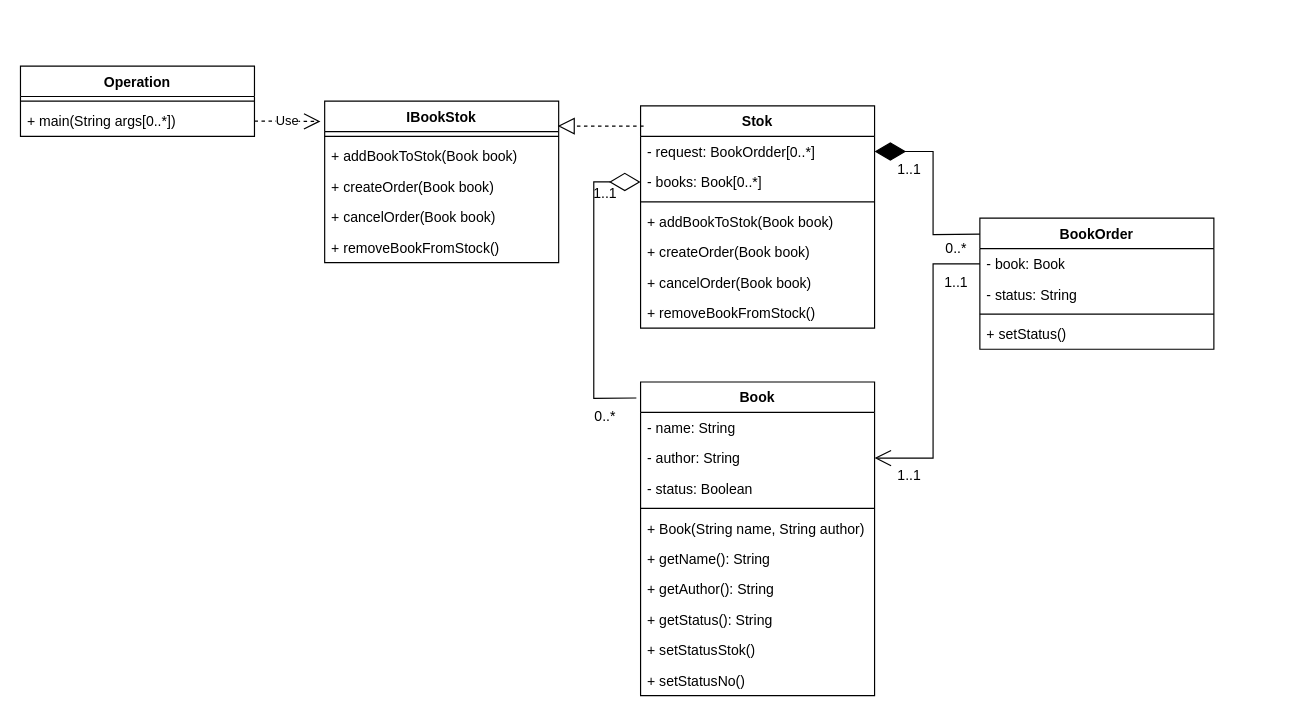
The draw.io diagram task-3/4/BookShop.drawio in GirlWithLimon/Senla, before the edit. Source tidied: cells renumbered, new cells numbered last; positions are measured from the earlier drawing's top-left corner, leaving out a move shared by most shapes. Both pictures are drawn from the tidied source at 117%, with x=0, y=0 at pixel (20, 66).
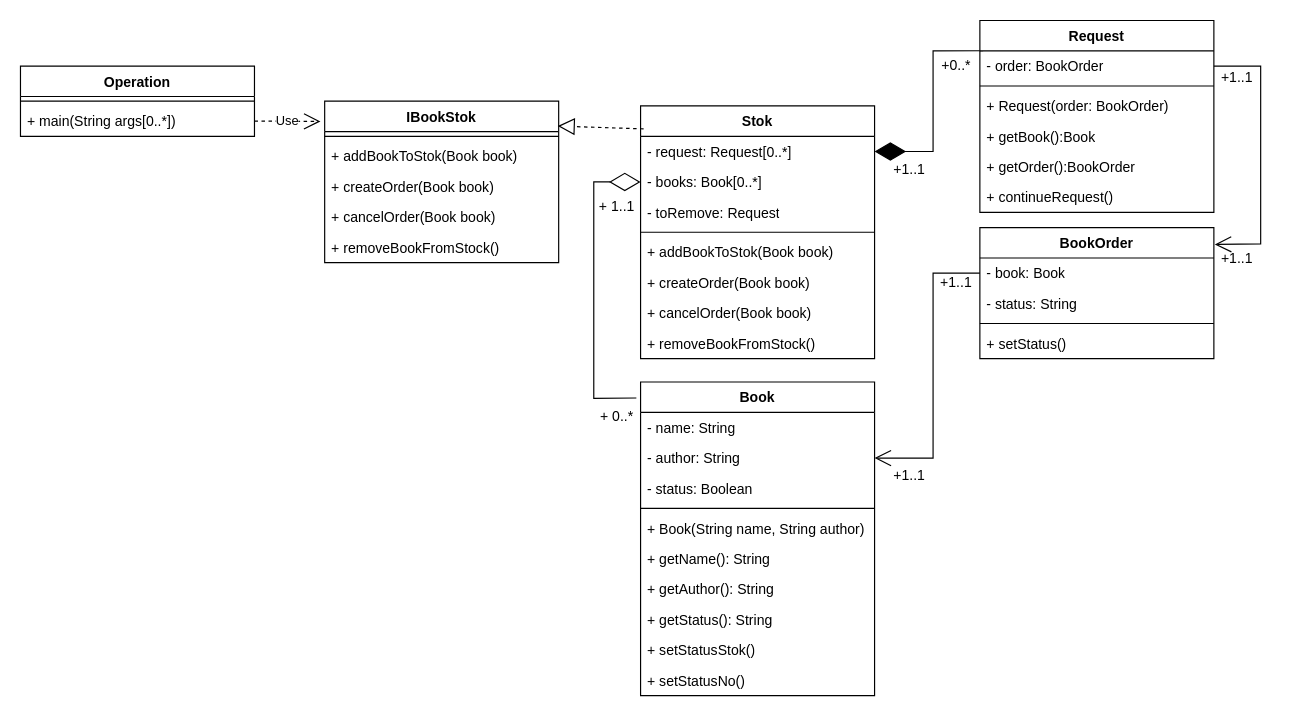
The same diagram, later.

The change refers to these unchanged cells:
```xml
<mxCell id="4" value="- author: String" style="text;strokeColor=none;fillColor=none;align=left;verticalAlign=top;spacingLeft=4;spacingRight=4;overflow=hidden;points=[[0,0.5],[1,0.5]];portConstraint=eastwest;whiteSpace=wrap;html=1;" parent="2" vertex="1">
  <mxGeometry y="52" width="200" height="26" as="geometry" />
</mxCell>
<mxCell id="14" value="- book: Book" style="text;strokeColor=none;fillColor=none;align=left;verticalAlign=top;spacingLeft=4;spacingRight=4;overflow=hidden;points=[[0,0.5],[1,0.5]];portConstraint=eastwest;whiteSpace=wrap;html=1;" parent="13" vertex="1">
  <mxGeometry y="26" width="200" height="26" as="geometry" />
</mxCell>
```

Change to the diagram source:
```diff
@@
     <mxCell id="13" value="BookOrder" style="swimlane;fontStyle=1;align=center;verticalAlign=top;horizontal=1;startSize=26;whiteSpace=wrap;html=1;" parent="1" vertex="1">
-      <mxGeometry x="820" y="130" width="200" height="112" as="geometry" />
+      <mxGeometry x="820" y="138" width="200" height="112" as="geometry" />
     </mxCell>
@@
     <mxCell id="18" style="endArrow=open;endFill=1;endSize=12;html=1;rounded=0;entryX=1;entryY=0.5;entryDx=0;entryDy=0;exitX=0;exitY=0.5;exitDx=0;exitDy=0;" parent="1" edge="1" source="14" target="4">
       <mxGeometry relative="1" as="geometry">
         <Array as="points">
-          <mxPoint x="780" y="169" />
+          <mxPoint x="780" y="177" />
           <mxPoint x="780" y="335" />
         </Array>
       </mxGeometry>
     </mxCell>
     <mxCell id="19" value="Stok" style="swimlane;fontStyle=1;align=center;verticalAlign=top;horizontal=1;startSize=26;whiteSpace=wrap;html=1;" parent="1" vertex="1">
-      <mxGeometry x="530" y="34" width="200" height="190" as="geometry" />
+      <mxGeometry x="530" y="34" width="200" height="216" as="geometry" />
     </mxCell>
-    <mxCell id="20" value="- request: BookOrdder[0..*]" style="text;strokeColor=none;fillColor=none;align=left;verticalAlign=top;spacingLeft=4;spacingRight=4;overflow=hidden;points=[[0,0.5],[1,0.5]];portConstraint=eastwest;whiteSpace=wrap;html=1;" parent="19" vertex="1">
+    <mxCell id="20" value="- request: Request[0..*]" style="text;strokeColor=none;fillColor=none;align=left;verticalAlign=top;spacingLeft=4;spacingRight=4;overflow=hidden;points=[[0,0.5],[1,0.5]];portConstraint=eastwest;whiteSpace=wrap;html=1;" parent="19" vertex="1">
       <mxGeometry y="26" width="200" height="26" as="geometry" />
     </mxCell>
@@
+    <mxCell id="46" value="- toRemove: Request" style="text;strokeColor=none;fillColor=none;align=left;verticalAlign=top;spacingLeft=4;spacingRight=4;overflow=hidden;whiteSpace=wrap;html=1;" parent="19" vertex="1">
+      <mxGeometry y="78" width="200" height="26" as="geometry" />
+    </mxCell>
     <mxCell id="22" style="line;strokeWidth=1;fillColor=none;align=left;verticalAlign=middle;spacingTop=-1;spacingLeft=3;spacingRight=3;labelPosition=right;strokeColor=inherit;" parent="19" vertex="1">
-      <mxGeometry y="78" width="200" height="8" as="geometry" />
+      <mxGeometry y="104" width="200" height="8" as="geometry" />
     </mxCell>
     <mxCell id="23" value="+ addBookToStok(Book book)" style="text;strokeColor=none;fillColor=none;align=left;verticalAlign=top;spacingLeft=4;spacingRight=4;overflow=hidden;whiteSpace=wrap;html=1;" parent="19" vertex="1">
-      <mxGeometry y="86" width="200" height="26" as="geometry" />
+      <mxGeometry y="112" width="200" height="26" as="geometry" />
     </mxCell>
     <mxCell id="24" value="+ createOrder(Book book)" style="text;strokeColor=none;fillColor=none;align=left;verticalAlign=top;spacingLeft=4;spacingRight=4;overflow=hidden;whiteSpace=wrap;html=1;" parent="19" vertex="1">
-      <mxGeometry y="112" width="200" height="26" as="geometry" />
+      <mxGeometry y="138" width="200" height="26" as="geometry" />
     </mxCell>
     <mxCell id="25" value="+ canсelOrder(Book book)" style="text;strokeColor=none;fillColor=none;align=left;verticalAlign=top;spacingLeft=4;spacingRight=4;overflow=hidden;whiteSpace=wrap;html=1;" parent="19" vertex="1">
-      <mxGeometry y="138" width="200" height="26" as="geometry" />
+      <mxGeometry y="164" width="200" height="26" as="geometry" />
     </mxCell>
     <mxCell id="26" value="+ removeBookFromStock()" style="text;strokeColor=none;fillColor=none;align=left;verticalAlign=top;spacingLeft=4;spacingRight=4;overflow=hidden;whiteSpace=wrap;html=1;" parent="19" vertex="1">
-      <mxGeometry y="164" width="200" height="26" as="geometry" />
+      <mxGeometry y="190" width="200" height="26" as="geometry" />
     </mxCell>
@@
-    <mxCell id="39" value="1..1" style="text;html=1;whiteSpace=wrap;strokeColor=none;fillColor=none;align=center;verticalAlign=middle;rounded=0;" parent="1" vertex="1">
+    <mxCell id="39" value="+1..1" style="text;html=1;whiteSpace=wrap;strokeColor=none;fillColor=none;align=center;verticalAlign=middle;rounded=0;" parent="1" vertex="1">
       <mxGeometry x="730" y="79" width="60" height="20" as="geometry" />
     </mxCell>
-    <mxCell id="40" style="endArrow=diamondThin;endFill=1;endSize=24;html=1;rounded=0;exitX=0;exitY=0.121;exitDx=0;exitDy=0;exitPerimeter=0;entryX=1;entryY=0.5;entryDx=0;entryDy=0;" parent="1" edge="1" source="13" target="20">
+    <mxCell id="40" style="endArrow=diamondThin;endFill=1;endSize=24;html=1;rounded=0;exitX=0.014;exitY=0.158;exitDx=0;exitDy=0;exitPerimeter=0;entryX=1;entryY=0.5;entryDx=0;entryDy=0;" parent="1" edge="1" source="47" target="20">
       <mxGeometry relative="1" as="geometry">
         <Array as="points">
-          <mxPoint x="780" y="144" />
+          <mxPoint x="780" y="-13" />
           <mxPoint x="780" y="73" />
         </Array>
       </mxGeometry>
     </mxCell>
-    <mxCell id="41" value="1..1" style="text;html=1;whiteSpace=wrap;strokeColor=none;fillColor=none;align=center;verticalAlign=middle;rounded=0;" parent="1" vertex="1">
-      <mxGeometry x="470" y="99" width="60" height="20" as="geometry" />
+    <mxCell id="41" value="+ 1..1" style="text;html=1;whiteSpace=wrap;strokeColor=none;fillColor=none;align=center;verticalAlign=middle;rounded=0;" parent="1" vertex="1">
+      <mxGeometry x="480" y="110" width="60" height="20" as="geometry" />
     </mxCell>
-    <mxCell id="42" value="1..1" style="text;html=1;whiteSpace=wrap;strokeColor=none;fillColor=none;align=center;verticalAlign=middle;rounded=0;" parent="1" vertex="1">
+    <mxCell id="42" value="+1..1" style="text;html=1;whiteSpace=wrap;strokeColor=none;fillColor=none;align=center;verticalAlign=middle;rounded=0;" parent="1" vertex="1">
       <mxGeometry x="770" y="175" width="60" height="20" as="geometry" />
     </mxCell>
-    <mxCell id="43" value="1..1" style="text;html=1;whiteSpace=wrap;strokeColor=none;fillColor=none;align=center;verticalAlign=middle;rounded=0;" parent="1" vertex="1">
+    <mxCell id="43" value="+1..1" style="text;html=1;whiteSpace=wrap;strokeColor=none;fillColor=none;align=center;verticalAlign=middle;rounded=0;" parent="1" vertex="1">
       <mxGeometry x="730" y="340" width="60" height="20" as="geometry" />
     </mxCell>
-    <mxCell id="44" value="0..*" style="text;html=1;whiteSpace=wrap;strokeColor=none;fillColor=none;align=center;verticalAlign=middle;rounded=0;" parent="1" vertex="1">
-      <mxGeometry x="770" y="146" width="60" height="20" as="geometry" />
+    <mxCell id="44" value="+0..*" style="text;html=1;whiteSpace=wrap;strokeColor=none;fillColor=none;align=center;verticalAlign=middle;rounded=0;" parent="1" vertex="1">
+      <mxGeometry x="770" y="-10" width="60" height="20" as="geometry" />
     </mxCell>
-    <mxCell id="45" value="0..*" style="text;html=1;whiteSpace=wrap;strokeColor=none;fillColor=none;align=center;verticalAlign=middle;rounded=0;" parent="1" vertex="1">
-      <mxGeometry x="470" y="290" width="60" height="20" as="geometry" />
+    <mxCell id="45" value="+ 0..*" style="text;html=1;whiteSpace=wrap;strokeColor=none;fillColor=none;align=center;verticalAlign=middle;rounded=0;" parent="1" vertex="1">
+      <mxGeometry x="480" y="290" width="60" height="20" as="geometry" />
     </mxCell>
+    <mxCell id="47" value="Request" style="swimlane;fontStyle=1;align=center;verticalAlign=top;horizontal=1;startSize=26;whiteSpace=wrap;html=1;" parent="1" vertex="1">
+      <mxGeometry x="820" y="-39" width="200" height="164" as="geometry" />
+    </mxCell>
+    <mxCell id="48" value="- order: BookOrder" style="text;strokeColor=none;fillColor=none;align=left;verticalAlign=top;spacingLeft=4;spacingRight=4;overflow=hidden;points=[[0,0.5],[1,0.5]];portConstraint=eastwest;whiteSpace=wrap;html=1;" parent="47" vertex="1">
+      <mxGeometry y="26" width="200" height="26" as="geometry" />
+    </mxCell>
+    <mxCell id="49" style="line;strokeWidth=1;fillColor=none;align=left;verticalAlign=middle;spacingTop=-1;spacingLeft=3;spacingRight=3;labelPosition=right;strokeColor=inherit;" parent="47" vertex="1">
+      <mxGeometry y="52" width="200" height="8" as="geometry" />
+    </mxCell>
+    <mxCell id="50" value="+ Request(order: BookOrder)" style="text;strokeColor=none;fillColor=none;align=left;verticalAlign=top;spacingLeft=4;spacingRight=4;overflow=hidden;whiteSpace=wrap;html=1;" parent="47" vertex="1">
+      <mxGeometry y="60" width="200" height="26" as="geometry" />
+    </mxCell>
+    <mxCell id="51" value="+ getBook():Book" style="text;strokeColor=none;fillColor=none;align=left;verticalAlign=top;spacingLeft=4;spacingRight=4;overflow=hidden;whiteSpace=wrap;html=1;" parent="47" vertex="1">
+      <mxGeometry y="86" width="200" height="26" as="geometry" />
+    </mxCell>
+    <mxCell id="52" value="+ getOrder():BookOrder" style="text;strokeColor=none;fillColor=none;align=left;verticalAlign=top;spacingLeft=4;spacingRight=4;overflow=hidden;whiteSpace=wrap;html=1;" parent="47" vertex="1">
+      <mxGeometry y="112" width="200" height="26" as="geometry" />
+    </mxCell>
+    <mxCell id="53" value="+ continueRequest()" style="text;strokeColor=none;fillColor=none;align=left;verticalAlign=top;spacingLeft=4;spacingRight=4;overflow=hidden;whiteSpace=wrap;html=1;" parent="47" vertex="1">
+      <mxGeometry y="138" width="200" height="26" as="geometry" />
+    </mxCell>
+    <mxCell id="54" style="endArrow=open;endFill=1;endSize=12;html=1;rounded=0;entryX=1.004;entryY=0.129;entryDx=0;entryDy=0;exitX=1;exitY=0.5;exitDx=0;exitDy=0;entryPerimeter=0;" parent="1" edge="1" source="48" target="13">
+      <mxGeometry relative="1" as="geometry">
+        <Array as="points">
+          <mxPoint x="1060" />
+          <mxPoint x="1060" y="152" />
+        </Array>
+      </mxGeometry>
+    </mxCell>
+    <mxCell id="55" value="+1..1" style="text;html=1;whiteSpace=wrap;strokeColor=none;fillColor=none;align=center;verticalAlign=middle;rounded=0;" parent="1" vertex="1">
+      <mxGeometry x="1010" y="155" width="60" height="20" as="geometry" />
+    </mxCell>
+    <mxCell id="56" value="+1..1" style="text;html=1;whiteSpace=wrap;strokeColor=none;fillColor=none;align=center;verticalAlign=middle;rounded=0;" parent="1" vertex="1">
+      <mxGeometry x="1010" width="60" height="20" as="geometry" />
+    </mxCell>
```
